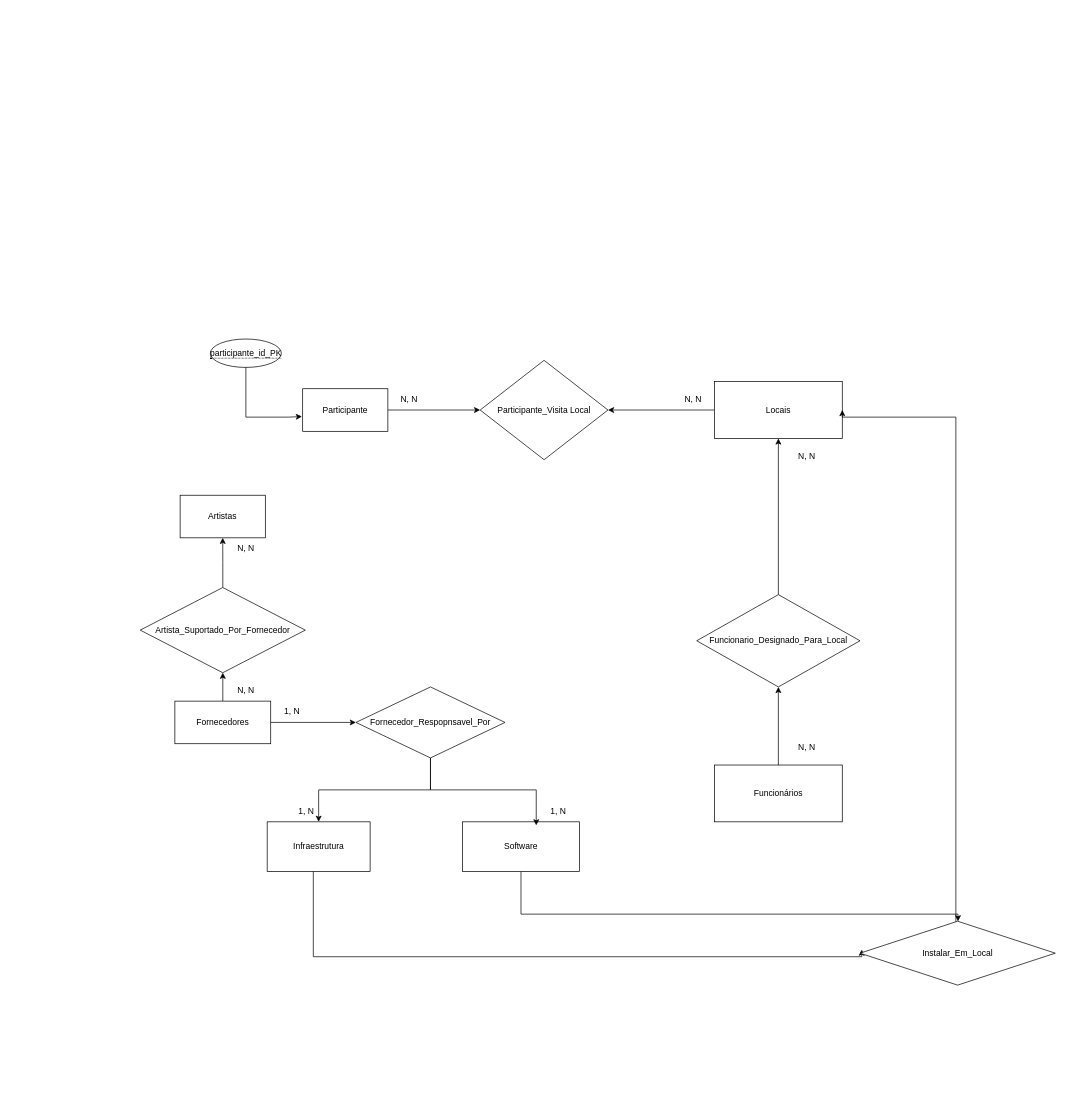
This is Diagrama sem nome.drawio from fabiobrasileiroo/rockInRio-ERD, a draw.io file, before an edit. Source tidied: cells renumbered, new cells numbered last; positions are measured from the earlier drawing's top-left corner, leaving out a move shared by most shapes. Both pictures are drawn from the tidied source at 71%, with x=0, y=0 at pixel (140, 339).
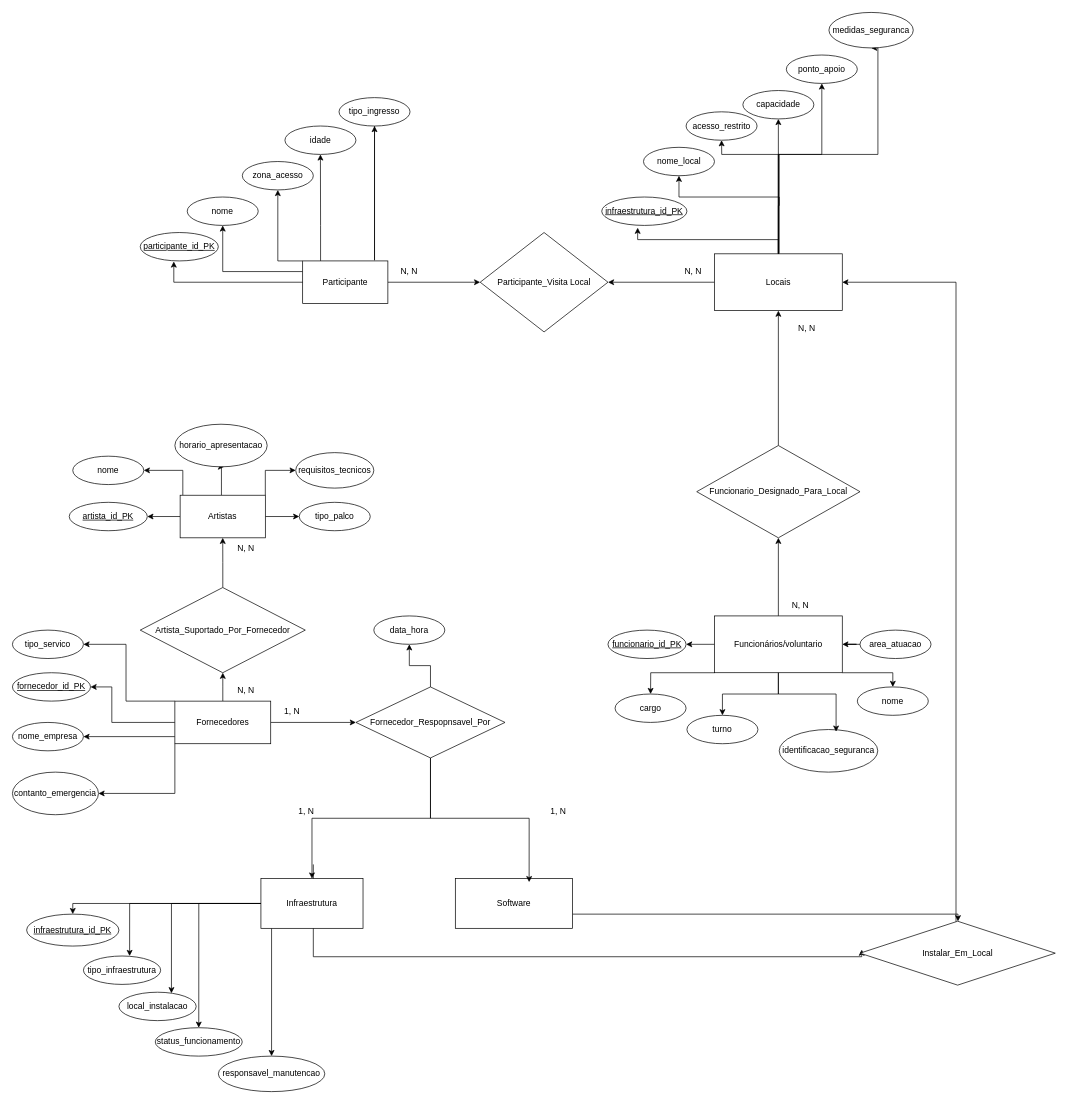
Above is the later version.

The change refers to these unchanged cells:
```xml
<mxCell id="10" value="Fornecedores" style="rounded=0;whiteSpace=wrap;html=1;" parent="1" vertex="1">
  <mxGeometry x="48.8" y="510" width="135" height="60" as="geometry" />
</mxCell>
<mxCell id="13" value="Artistas" style="rounded=0;whiteSpace=wrap;html=1;" parent="1" vertex="1">
  <mxGeometry x="56.2" y="220" width="120" height="60" as="geometry" />
</mxCell>
<mxCell id="22" value="Fornecedor_Respopnsavel_Por" style="rhombus;whiteSpace=wrap;html=1;rounded=0;" parent="1" vertex="1">
  <mxGeometry x="303.8" y="490" width="210" height="100" as="geometry" />
</mxCell>
<mxCell id="34" value="Instalar_Em_Local" style="rhombus;whiteSpace=wrap;html=1;rounded=0;" parent="1" vertex="1">
  <mxGeometry x="1013.8" y="820" width="275" height="90" as="geometry" />
</mxCell>
```

Change to the diagram source:
```diff
@@
+    <mxCell id="37" style="edgeStyle=orthogonalEdgeStyle;rounded=0;jettySize=auto;html=1;exitX=0;exitY=0.25;exitDx=0;exitDy=0;entryX=0.5;entryY=1;entryDx=0;entryDy=0;" parent="1" edge="1" source="3" target="61">
+      <mxGeometry relative="1" as="geometry" />
+    </mxCell>
+    <mxCell id="38" style="edgeStyle=orthogonalEdgeStyle;rounded=0;jettySize=auto;html=1;exitX=0;exitY=0;exitDx=0;exitDy=0;entryX=0.5;entryY=1;entryDx=0;entryDy=0;" parent="1" edge="1" source="3" target="63">
+      <mxGeometry relative="1" as="geometry">
+        <Array as="points">
+          <mxPoint x="194" y="-110" />
+        </Array>
+      </mxGeometry>
+    </mxCell>
+    <mxCell id="39" style="edgeStyle=orthogonalEdgeStyle;rounded=0;jettySize=auto;html=1;entryX=0.5;entryY=1;entryDx=0;entryDy=0;" parent="1" edge="1" source="3" target="65">
+      <mxGeometry relative="1" as="geometry">
+        <Array as="points">
+          <mxPoint x="254" y="-160" />
+          <mxPoint x="254" y="-160" />
+        </Array>
+      </mxGeometry>
+    </mxCell>
     <mxCell id="3" value="Participante" style="rounded=0;whiteSpace=wrap;html=1;" parent="1" vertex="1">
-      <mxGeometry x="228.8" y="70" width="120" height="60" as="geometry" />
+      <mxGeometry x="228.8" y="-110" width="120" height="60" as="geometry" />
     </mxCell>
@@
+    <mxCell id="40" style="edgeStyle=orthogonalEdgeStyle;rounded=0;jettySize=auto;html=1;" parent="1" edge="1" source="5" target="92">
+      <mxGeometry relative="1" as="geometry">
+        <Array as="points">
+          <mxPoint x="110" y="795" />
+          <mxPoint x="110" y="795" />
+        </Array>
+      </mxGeometry>
+    </mxCell>
+    <mxCell id="41" style="edgeStyle=orthogonalEdgeStyle;rounded=0;jettySize=auto;html=1;entryX=0.5;entryY=0;entryDx=0;entryDy=0;" parent="1" edge="1" source="5" target="96">
+      <mxGeometry relative="1" as="geometry">
+        <Array as="points">
+          <mxPoint x="180" y="800" />
+          <mxPoint x="180" y="800" />
+        </Array>
+      </mxGeometry>
+    </mxCell>
+    <mxCell id="42" style="edgeStyle=orthogonalEdgeStyle;rounded=0;jettySize=auto;html=1;" parent="1" edge="1" source="5" target="97">
+      <mxGeometry relative="1" as="geometry" />
+    </mxCell>
     <mxCell id="5" value="Infraestrutura" style="rounded=0;whiteSpace=wrap;html=1;" parent="1" vertex="1">
-      <mxGeometry x="178.8" y="680" width="145" height="70" as="geometry" />
+      <mxGeometry x="170" y="760" width="143.8" height="70" as="geometry" />
     </mxCell>
@@
+    <mxCell id="43" style="edgeStyle=orthogonalEdgeStyle;rounded=0;jettySize=auto;html=1;entryX=0.5;entryY=1;entryDx=0;entryDy=0;" parent="1" edge="1" source="7" target="87">
+      <mxGeometry relative="1" as="geometry">
+        <Array as="points">
+          <mxPoint x="900" y="-200" />
+          <mxPoint x="759" y="-200" />
+          <mxPoint x="759" y="-230" />
+        </Array>
+      </mxGeometry>
+    </mxCell>
+    <mxCell id="44" style="edgeStyle=orthogonalEdgeStyle;rounded=0;jettySize=auto;html=1;entryX=0.5;entryY=1;entryDx=0;entryDy=0;" parent="1" edge="1" source="7" target="88">
+      <mxGeometry relative="1" as="geometry" />
+    </mxCell>
+    <mxCell id="45" style="edgeStyle=orthogonalEdgeStyle;rounded=0;jettySize=auto;html=1;entryX=0.5;entryY=1;entryDx=0;entryDy=0;" parent="1" edge="1" source="7" target="90">
+      <mxGeometry relative="1" as="geometry">
+        <Array as="points">
+          <mxPoint x="899" y="-260" />
+          <mxPoint x="960" y="-260" />
+        </Array>
+      </mxGeometry>
+    </mxCell>
+    <mxCell id="46" style="edgeStyle=orthogonalEdgeStyle;rounded=0;jettySize=auto;html=1;entryX=0.5;entryY=1;entryDx=0;entryDy=0;" parent="1" edge="1" source="7" target="91">
+      <mxGeometry relative="1" as="geometry">
+        <Array as="points">
+          <mxPoint x="899" y="-260" />
+          <mxPoint x="1039" y="-260" />
+        </Array>
+      </mxGeometry>
+    </mxCell>
     <mxCell id="7" value="Locais" style="rounded=0;whiteSpace=wrap;html=1;" parent="1" vertex="1">
-      <mxGeometry x="808.8" y="60" width="180" height="80" as="geometry" />
+      <mxGeometry x="808.8" y="-120" width="180" height="80" as="geometry" />
     </mxCell>
@@
+    <mxCell id="47" style="edgeStyle=orthogonalEdgeStyle;rounded=0;jettySize=auto;html=1;" parent="1" edge="1" source="10" target="80">
+      <mxGeometry relative="1" as="geometry">
+        <Array as="points">
+          <mxPoint x="-40" y="540" />
+          <mxPoint x="-40" y="490" />
+        </Array>
+      </mxGeometry>
+    </mxCell>
+    <mxCell id="48" style="edgeStyle=orthogonalEdgeStyle;rounded=0;jettySize=auto;html=1;exitX=0;exitY=1;exitDx=0;exitDy=0;" parent="1" edge="1" source="10" target="82">
+      <mxGeometry relative="1" as="geometry">
+        <Array as="points">
+          <mxPoint x="49" y="640" />
+        </Array>
+      </mxGeometry>
+    </mxCell>
+    <mxCell id="49" style="edgeStyle=orthogonalEdgeStyle;rounded=0;jettySize=auto;html=1;entryX=1;entryY=0.5;entryDx=0;entryDy=0;" parent="1" edge="1" source="10" target="81">
+      <mxGeometry relative="1" as="geometry">
+        <Array as="points">
+          <mxPoint x="50" y="560" />
+          <mxPoint x="50" y="560" />
+        </Array>
+      </mxGeometry>
+    </mxCell>
+    <mxCell id="50" style="edgeStyle=orthogonalEdgeStyle;rounded=0;jettySize=auto;html=1;exitX=0;exitY=0;exitDx=0;exitDy=0;entryX=1;entryY=0.5;entryDx=0;entryDy=0;" parent="1" edge="1" source="10" target="83">
+      <mxGeometry relative="1" as="geometry">
+        <Array as="points">
+          <mxPoint x="-20" y="510" />
+          <mxPoint x="-20" y="430" />
+        </Array>
+      </mxGeometry>
+    </mxCell>
@@
+    <mxCell id="51" style="edgeStyle=orthogonalEdgeStyle;rounded=0;jettySize=auto;html=1;entryX=1;entryY=0.5;entryDx=0;entryDy=0;" parent="1" edge="1" source="12" target="72">
+      <mxGeometry relative="1" as="geometry" />
+    </mxCell>
+    <mxCell id="52" style="edgeStyle=orthogonalEdgeStyle;rounded=0;jettySize=auto;html=1;exitX=1;exitY=1;exitDx=0;exitDy=0;entryX=0.5;entryY=0;entryDx=0;entryDy=0;" parent="1" edge="1" source="12" target="74">
+      <mxGeometry relative="1" as="geometry">
+        <Array as="points">
+          <mxPoint x="1060" y="470" />
+        </Array>
+      </mxGeometry>
+    </mxCell>
+    <mxCell id="53" style="edgeStyle=orthogonalEdgeStyle;rounded=0;jettySize=auto;html=1;entryX=0.5;entryY=0;entryDx=0;entryDy=0;" parent="1" edge="1" source="12" target="75">
+      <mxGeometry relative="1" as="geometry" />
+    </mxCell>
+    <mxCell id="54" style="edgeStyle=orthogonalEdgeStyle;rounded=0;jettySize=auto;html=1;exitX=0;exitY=1;exitDx=0;exitDy=0;" parent="1" edge="1" source="12" target="73">
+      <mxGeometry relative="1" as="geometry">
+        <Array as="points">
+          <mxPoint x="719" y="470" />
+        </Array>
+      </mxGeometry>
+    </mxCell>
-    <mxCell id="12" value="Funcionários" style="rounded=0;whiteSpace=wrap;html=1;" parent="1" vertex="1">
-      <mxGeometry x="808.8" y="600" width="180" height="80" as="geometry" />
+    <mxCell id="12" value="Funcionários/voluntario" style="rounded=0;whiteSpace=wrap;html=1;" parent="1" vertex="1">
+      <mxGeometry x="808.8" y="390" width="180" height="80" as="geometry" />
     </mxCell>
+    <mxCell id="55" style="edgeStyle=orthogonalEdgeStyle;rounded=0;jettySize=auto;html=1;" parent="1" edge="1" source="13" target="67">
+      <mxGeometry relative="1" as="geometry" />
+    </mxCell>
+    <mxCell id="56" style="edgeStyle=orthogonalEdgeStyle;rounded=0;jettySize=auto;html=1;" parent="1" edge="1" source="13" target="71">
+      <mxGeometry relative="1" as="geometry" />
+    </mxCell>
+    <mxCell id="57" style="edgeStyle=orthogonalEdgeStyle;rounded=0;jettySize=auto;html=1;entryX=1;entryY=0.5;entryDx=0;entryDy=0;" parent="1" edge="1" source="13" target="68">
+      <mxGeometry relative="1" as="geometry">
+        <Array as="points">
+          <mxPoint x="60" y="185" />
+        </Array>
+      </mxGeometry>
+    </mxCell>
+    <mxCell id="58" style="edgeStyle=orthogonalEdgeStyle;rounded=0;jettySize=auto;html=1;exitX=1;exitY=0;exitDx=0;exitDy=0;entryX=0;entryY=0.5;entryDx=0;entryDy=0;" parent="1" edge="1" source="13" target="70">
+      <mxGeometry relative="1" as="geometry" />
+    </mxCell>
+    <mxCell id="59" style="edgeStyle=orthogonalEdgeStyle;rounded=0;orthogonalLoop=1;jettySize=auto;html=1;" parent="1" edge="1">
+      <mxGeometry relative="1" as="geometry">
+        <mxPoint x="114.4" y="220.1" as="sourcePoint" />
+        <mxPoint x="118.1" y="180" as="targetPoint" />
+        <Array as="points">
+          <mxPoint x="114.4" y="200" />
+          <mxPoint x="114.4" y="200" />
+          <mxPoint x="114.4" y="180" />
+        </Array>
+      </mxGeometry>
+    </mxCell>
@@
     <mxCell id="14" value="Participante_Visita Local" style="rhombus;whiteSpace=wrap;html=1;" parent="1" vertex="1">
-      <mxGeometry x="478.8" y="30" width="180" height="140" as="geometry" />
+      <mxGeometry x="478.8" y="-150" width="180" height="140" as="geometry" />
     </mxCell>
     <mxCell id="15" value="N, N" style="text;html=1;align=center;verticalAlign=middle;whiteSpace=wrap;rounded=0;" parent="1" vertex="1">
-      <mxGeometry x="748.8" y="70" width="60" height="30" as="geometry" />
+      <mxGeometry x="748.8" y="-110" width="60" height="30" as="geometry" />
     </mxCell>
     <mxCell id="16" value="N, N" style="text;html=1;align=center;verticalAlign=middle;whiteSpace=wrap;rounded=0;" parent="1" vertex="1">
-      <mxGeometry x="348.8" y="70" width="60" height="30" as="geometry" />
+      <mxGeometry x="348.8" y="-110" width="60" height="30" as="geometry" />
     </mxCell>
@@
     <mxCell id="18" value="Funcionario_Designado_Para_Local" style="rhombus;whiteSpace=wrap;html=1;rounded=0;" parent="1" vertex="1">
-      <mxGeometry x="783.8" y="360" width="230" height="130" as="geometry" />
+      <mxGeometry x="783.8" y="150" width="230" height="130" as="geometry" />
     </mxCell>
     <mxCell id="19" value="N, N" style="text;html=1;align=center;verticalAlign=middle;whiteSpace=wrap;rounded=0;" parent="1" vertex="1">
-      <mxGeometry x="908.8" y="150" width="60" height="30" as="geometry" />
+      <mxGeometry x="908.8" y="-30" width="60" height="30" as="geometry" />
     </mxCell>
     <mxCell id="20" value="N, N" style="text;html=1;align=center;verticalAlign=middle;whiteSpace=wrap;rounded=0;" parent="1" vertex="1">
-      <mxGeometry x="908.8" y="560" width="60" height="30" as="geometry" />
+      <mxGeometry x="900" y="360" width="60" height="30" as="geometry" />
     </mxCell>
@@
+    <mxCell id="60" style="edgeStyle=orthogonalEdgeStyle;rounded=0;jettySize=auto;html=1;entryX=0.5;entryY=1;entryDx=0;entryDy=0;" parent="1" edge="1" source="22" target="94">
+      <mxGeometry relative="1" as="geometry" />
+    </mxCell>
@@
     <mxCell id="24" value="Software" style="rounded=0;whiteSpace=wrap;html=1;" parent="1" vertex="1">
-      <mxGeometry x="453.8" y="680" width="165" height="70" as="geometry" />
+      <mxGeometry x="443.8" y="760" width="165" height="70" as="geometry" />
     </mxCell>
@@
     <mxCell id="33" style="edgeStyle=orthogonalEdgeStyle;rounded=0;jettySize=auto;html=1;entryX=1;entryY=0.5;entryDx=0;entryDy=0;" parent="1" edge="1" source="34" target="7">
       <mxGeometry relative="1" as="geometry">
         <Array as="points">
-          <mxPoint x="1148.8" y="110" />
-          <mxPoint x="988.8" y="110" />
+          <mxPoint x="1149" y="-80" />
         </Array>
       </mxGeometry>
     </mxCell>
@@
+    <mxCell id="61" value="nome" style="ellipse;whiteSpace=wrap;html=1;align=center;" parent="1" vertex="1">
+      <mxGeometry x="66.2" y="-200" width="100" height="40" as="geometry" />
+    </mxCell>
-    <mxCell id="35" value="&lt;span style=&quot;border-bottom: 1px dotted&quot;&gt;participante_id_PK&lt;br&gt;&lt;/span&gt;" style="ellipse;whiteSpace=wrap;html=1;align=center;" parent="1" vertex="1">
-      <mxGeometry x="98.8" width="100" height="40" as="geometry" />
+    <mxCell id="35" value="participante_id_PK" style="ellipse;whiteSpace=wrap;html=1;align=center;fontStyle=4;" parent="1" vertex="1">
+      <mxGeometry y="-150" width="110" height="40" as="geometry" />
     </mxCell>
-    <mxCell id="36" style="edgeStyle=orthogonalEdgeStyle;rounded=0;jettySize=auto;html=1;entryX=-0.008;entryY=0.653;entryDx=0;entryDy=0;entryPerimeter=0;" parent="1" edge="1" source="35" target="3">
-      <mxGeometry relative="1" as="geometry">
-        <Array as="points">
-          <mxPoint x="148.8" y="110" />
-          <mxPoint x="208.8" y="110" />
-        </Array>
-      </mxGeometry>
-    </mxCell>
+    <mxCell id="62" style="edgeStyle=orthogonalEdgeStyle;rounded=0;jettySize=auto;html=1;entryX=0.43;entryY=1.02;entryDx=0;entryDy=0;entryPerimeter=0;" parent="1" edge="1" source="3" target="35">
+      <mxGeometry relative="1" as="geometry" />
+    </mxCell>
+    <mxCell id="63" value="zona_acesso" style="ellipse;whiteSpace=wrap;html=1;align=center;" parent="1" vertex="1">
+      <mxGeometry x="143.8" y="-250" width="100" height="40" as="geometry" />
+    </mxCell>
+    <mxCell id="64" value="tipo_ingresso" style="ellipse;whiteSpace=wrap;html=1;align=center;" parent="1" vertex="1">
+      <mxGeometry x="280" y="-340" width="100" height="40" as="geometry" />
+    </mxCell>
+    <mxCell id="65" value="idade" style="ellipse;whiteSpace=wrap;html=1;align=center;" parent="1" vertex="1">
+      <mxGeometry x="203.8" y="-300" width="100" height="40" as="geometry" />
+    </mxCell>
+    <mxCell id="66" style="edgeStyle=orthogonalEdgeStyle;rounded=0;jettySize=auto;html=1;" parent="1" edge="1" source="64">
+      <mxGeometry relative="1" as="geometry">
+        <mxPoint x="330" y="-300" as="targetPoint" />
+        <Array as="points">
+          <mxPoint x="330" y="-111" />
+        </Array>
+      </mxGeometry>
+    </mxCell>
+    <mxCell id="67" value="artista_id_PK" style="ellipse;whiteSpace=wrap;html=1;align=center;fontStyle=4;" parent="1" vertex="1">
+      <mxGeometry x="-100" y="230" width="110" height="40" as="geometry" />
+    </mxCell>
+    <mxCell id="68" value="nome" style="ellipse;whiteSpace=wrap;html=1;align=center;" parent="1" vertex="1">
+      <mxGeometry x="-95" y="165" width="100" height="40" as="geometry" />
+    </mxCell>
+    <mxCell id="69" value="horario_apresentacao" style="ellipse;whiteSpace=wrap;html=1;align=center;" parent="1" vertex="1">
+      <mxGeometry x="48.8" y="120" width="130" height="60" as="geometry" />
+    </mxCell>
+    <mxCell id="70" value="requisitos_tecnicos" style="ellipse;whiteSpace=wrap;html=1;align=center;" parent="1" vertex="1">
+      <mxGeometry x="219" y="160" width="110" height="50" as="geometry" />
+    </mxCell>
+    <mxCell id="71" value="tipo_palco" style="ellipse;whiteSpace=wrap;html=1;align=center;" parent="1" vertex="1">
+      <mxGeometry x="224" y="230" width="100" height="40" as="geometry" />
+    </mxCell>
+    <mxCell id="72" value="funcionario_id_PK" style="ellipse;whiteSpace=wrap;html=1;align=center;fontStyle=4;" parent="1" vertex="1">
+      <mxGeometry x="658.8" y="410" width="110" height="40" as="geometry" />
+    </mxCell>
+    <mxCell id="73" value="cargo" style="ellipse;whiteSpace=wrap;html=1;align=center;" parent="1" vertex="1">
+      <mxGeometry x="668.8" y="500" width="100" height="40" as="geometry" />
+    </mxCell>
+    <mxCell id="74" value="nome" style="ellipse;whiteSpace=wrap;html=1;align=center;" parent="1" vertex="1">
+      <mxGeometry x="1010" y="490" width="100" height="40" as="geometry" />
+    </mxCell>
+    <mxCell id="75" value="turno" style="ellipse;whiteSpace=wrap;html=1;align=center;" parent="1" vertex="1">
+      <mxGeometry x="770" y="530" width="100" height="40" as="geometry" />
+    </mxCell>
+    <mxCell id="76" style="edgeStyle=orthogonalEdgeStyle;rounded=0;jettySize=auto;html=1;" parent="1" edge="1" source="77" target="12">
+      <mxGeometry relative="1" as="geometry" />
+    </mxCell>
+    <mxCell id="77" value="area_atuacao" style="ellipse;whiteSpace=wrap;html=1;align=center;" parent="1" vertex="1">
+      <mxGeometry x="1013.8" y="410" width="100" height="40" as="geometry" />
+    </mxCell>
+    <mxCell id="78" value="identificacao_seguranca" style="ellipse;whiteSpace=wrap;html=1;align=center;" parent="1" vertex="1">
+      <mxGeometry x="900" y="550" width="138.8" height="60" as="geometry" />
+    </mxCell>
+    <mxCell id="79" style="edgeStyle=orthogonalEdgeStyle;rounded=0;jettySize=auto;html=1;entryX=0.577;entryY=0.05;entryDx=0;entryDy=0;entryPerimeter=0;" parent="1" edge="1" source="12" target="78">
+      <mxGeometry relative="1" as="geometry">
+        <Array as="points">
+          <mxPoint x="899" y="500" />
+          <mxPoint x="980" y="500" />
+        </Array>
+      </mxGeometry>
+    </mxCell>
+    <mxCell id="80" value="fornecedor_id_PK" style="ellipse;whiteSpace=wrap;html=1;align=center;fontStyle=4;" parent="1" vertex="1">
+      <mxGeometry x="-180" y="470" width="110" height="40" as="geometry" />
+    </mxCell>
+    <mxCell id="81" value="nome_empresa" style="ellipse;whiteSpace=wrap;html=1;align=center;" parent="1" vertex="1">
+      <mxGeometry x="-180" y="540" width="100" height="40" as="geometry" />
+    </mxCell>
+    <mxCell id="82" value="contanto_emergencia" style="ellipse;whiteSpace=wrap;html=1;align=center;" parent="1" vertex="1">
+      <mxGeometry x="-180" y="610" width="121.2" height="60" as="geometry" />
+    </mxCell>
+    <mxCell id="83" value="tipo_servico" style="ellipse;whiteSpace=wrap;html=1;align=center;" parent="1" vertex="1">
+      <mxGeometry x="-180" y="410" width="100" height="40" as="geometry" />
+    </mxCell>
+    <mxCell id="84" value="infraestrutura_id_PK" style="ellipse;whiteSpace=wrap;html=1;align=center;fontStyle=4;" parent="1" vertex="1">
+      <mxGeometry x="650" y="-200" width="120" height="40" as="geometry" />
+    </mxCell>
+    <mxCell id="85" style="edgeStyle=orthogonalEdgeStyle;rounded=0;jettySize=auto;html=1;entryX=0.422;entryY=1.08;entryDx=0;entryDy=0;entryPerimeter=0;" parent="1" edge="1" source="7" target="84">
+      <mxGeometry relative="1" as="geometry">
+        <Array as="points">
+          <mxPoint x="899" y="-140" />
+          <mxPoint x="701" y="-140" />
+        </Array>
+      </mxGeometry>
+    </mxCell>
+    <mxCell id="86" style="edgeStyle=orthogonalEdgeStyle;rounded=0;jettySize=auto;html=1;" parent="1" edge="1" source="7" target="89">
+      <mxGeometry relative="1" as="geometry">
+        <Array as="points">
+          <mxPoint x="899" y="-188" />
+          <mxPoint x="900" y="-188" />
+          <mxPoint x="900" y="-260" />
+          <mxPoint x="819" y="-260" />
+        </Array>
+      </mxGeometry>
+    </mxCell>
+    <mxCell id="87" value="nome_local" style="ellipse;whiteSpace=wrap;html=1;align=center;" parent="1" vertex="1">
+      <mxGeometry x="708.8" y="-270" width="100" height="40" as="geometry" />
+    </mxCell>
+    <mxCell id="88" value="capacidade" style="ellipse;whiteSpace=wrap;html=1;align=center;" parent="1" vertex="1">
+      <mxGeometry x="848.8" y="-350" width="100" height="40" as="geometry" />
+    </mxCell>
+    <mxCell id="89" value="acesso_restrito" style="ellipse;whiteSpace=wrap;html=1;align=center;" parent="1" vertex="1">
+      <mxGeometry x="768.8" y="-320" width="100" height="40" as="geometry" />
+    </mxCell>
+    <mxCell id="90" value="ponto_apoio" style="ellipse;whiteSpace=wrap;html=1;align=center;" parent="1" vertex="1">
+      <mxGeometry x="910" y="-400" width="100" height="40" as="geometry" />
+    </mxCell>
+    <mxCell id="91" value="medidas_seguranca" style="ellipse;whiteSpace=wrap;html=1;align=center;" parent="1" vertex="1">
+      <mxGeometry x="970" y="-460" width="118.8" height="50" as="geometry" />
+    </mxCell>
+    <mxCell id="92" value="infraestrutura_id_PK" style="ellipse;whiteSpace=wrap;html=1;align=center;fontStyle=4;" parent="1" vertex="1">
+      <mxGeometry x="-160" y="810" width="130" height="45" as="geometry" />
+    </mxCell>
+    <mxCell id="93" value="tipo_infraestrutura" style="ellipse;whiteSpace=wrap;html=1;align=center;" parent="1" vertex="1">
+      <mxGeometry x="-80" y="869" width="108.8" height="40" as="geometry" />
+    </mxCell>
+    <mxCell id="94" value="data_hora" style="ellipse;whiteSpace=wrap;html=1;align=center;" parent="1" vertex="1">
+      <mxGeometry x="329" y="390" width="100" height="40" as="geometry" />
+    </mxCell>
+    <mxCell id="95" value="local_instalacao" style="ellipse;whiteSpace=wrap;html=1;align=center;" parent="1" vertex="1">
+      <mxGeometry x="-30" y="920" width="108.8" height="40" as="geometry" />
+    </mxCell>
+    <mxCell id="96" value="responsavel_manutencao" style="ellipse;whiteSpace=wrap;html=1;align=center;" parent="1" vertex="1">
+      <mxGeometry x="110" y="1010" width="150" height="50" as="geometry" />
+    </mxCell>
+    <mxCell id="97" value="status_funcionamento" style="ellipse;whiteSpace=wrap;html=1;align=center;" parent="1" vertex="1">
+      <mxGeometry x="21.2" y="970" width="122.5" height="40" as="geometry" />
+    </mxCell>
+    <mxCell id="98" style="edgeStyle=orthogonalEdgeStyle;rounded=0;jettySize=auto;html=1;entryX=0.598;entryY=0;entryDx=0;entryDy=0;entryPerimeter=0;" parent="1" edge="1" source="5" target="93">
+      <mxGeometry relative="1" as="geometry" />
+    </mxCell>
+    <mxCell id="99" style="edgeStyle=orthogonalEdgeStyle;rounded=0;jettySize=auto;html=1;entryX=0.68;entryY=0.035;entryDx=0;entryDy=0;entryPerimeter=0;" parent="1" edge="1" source="5" target="95">
+      <mxGeometry relative="1" as="geometry" />
+    </mxCell>
```
